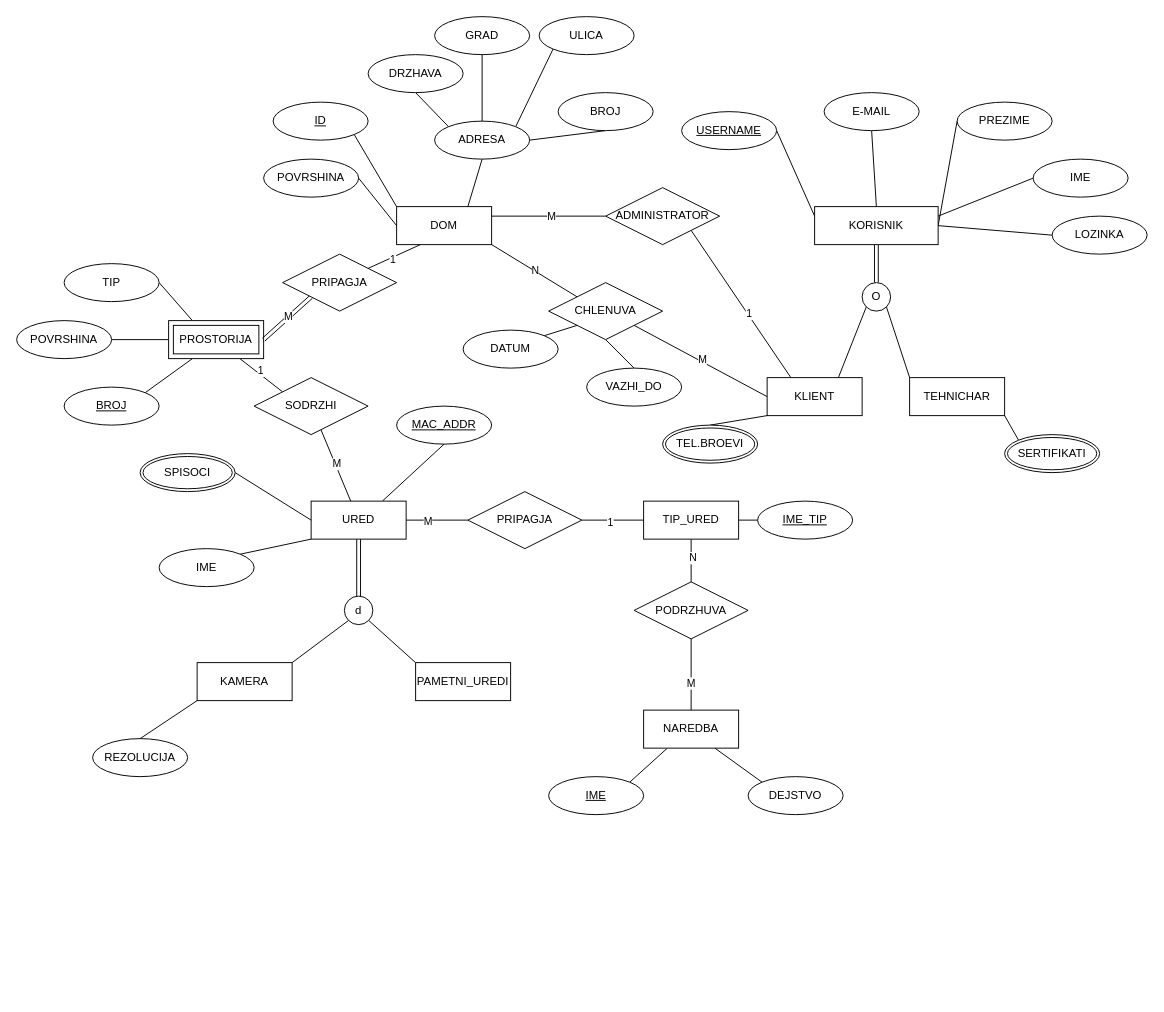
The draw.io diagram lab1.drawio in loramarku9/BAZInaPODATOCI, before the edit. Source tidied: cells renumbered, new cells numbered last; positions are measured from the earlier drawing's top-left corner, leaving out a move shared by most shapes. Both pictures are drawn from the tidied source at 95%, with x=0, y=0 at pixel (16, 16).
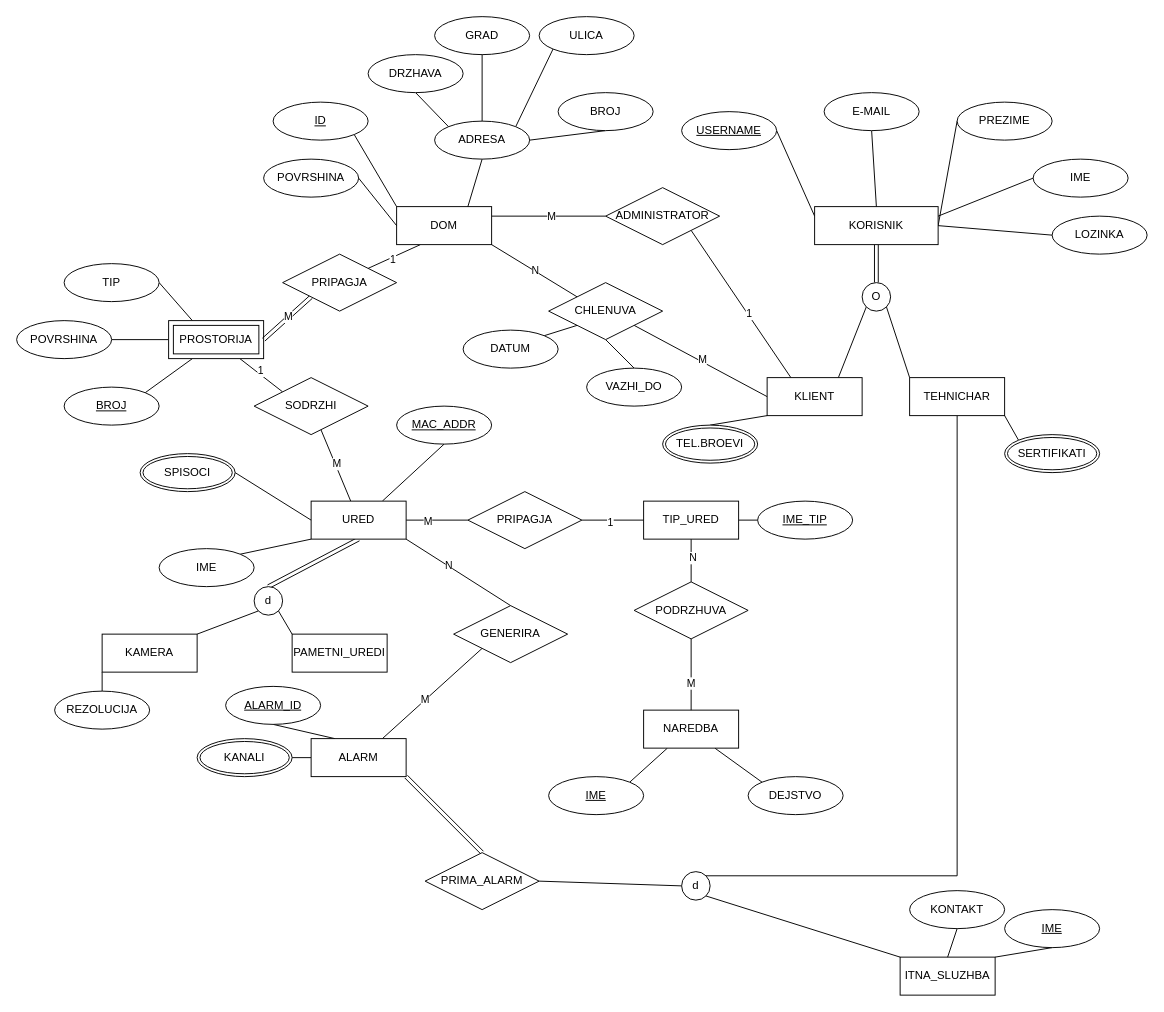
The same page after the edit.

The change refers to these unchanged cells:
```xml
<mxCell id="21" value="TEHNICHAR" style="whiteSpace=wrap;html=1;align=center;" parent="1" vertex="1">
  <mxGeometry x="940" y="380" width="100" height="40" as="geometry" />
</mxCell>
<mxCell id="72" value="URED" style="whiteSpace=wrap;html=1;align=center;" parent="1" vertex="1">
  <mxGeometry x="310" y="510" width="100" height="40" as="geometry" />
</mxCell>
```

What changed in the source:
```diff
@@
+    <mxCell id="102" style="edgeStyle=none;shape=connector;rounded=0;jettySize=auto;html=1;exitX=0.5;exitY=1;exitDx=0;exitDy=0;entryX=1;entryY=0;entryDx=0;entryDy=0;strokeColor=default;align=center;verticalAlign=middle;fontFamily=Helvetica;fontSize=11;fontColor=default;labelBackgroundColor=default;defaultLabelBackgroundColor=page;endArrow=none;endFill=0;" parent="1" edge="1" source="21" target="117">
+      <mxGeometry relative="1" as="geometry">
+        <Array as="points">
+          <mxPoint x="990" y="904.4" />
+        </Array>
+      </mxGeometry>
+    </mxCell>
@@
+    <mxCell id="103" style="edgeStyle=none;shape=connector;rounded=0;jettySize=auto;html=1;exitX=1;exitY=1;exitDx=0;exitDy=0;entryX=0.5;entryY=0;entryDx=0;entryDy=0;strokeColor=default;align=center;verticalAlign=middle;fontFamily=Helvetica;fontSize=11;fontColor=default;labelBackgroundColor=default;defaultLabelBackgroundColor=page;endArrow=none;endFill=0;" parent="1" edge="1" source="72" target="107">
+      <mxGeometry relative="1" as="geometry" />
+    </mxCell>
+    <mxCell id="104" value="N" style="edgeLabel;html=1;align=center;verticalAlign=middle;inheritText=1;defaultLabelBackgroundColor=page;" parent="103" vertex="1">
+      <mxGeometry x="-0.21" y="1" relative="1" as="geometry" />
+    </mxCell>
@@
     <mxCell id="80" value="d" style="ellipse;whiteSpace=wrap;html=1;shapeInside=1;" parent="1" vertex="1">
-      <mxGeometry x="345" y="610" width="30" height="30" as="geometry" />
+      <mxGeometry x="250" y="600" width="30" height="30" as="geometry" />
     </mxCell>
@@
     <mxCell id="83" value="KAMERA" style="whiteSpace=wrap;html=1;align=center;" parent="1" vertex="1">
-      <mxGeometry x="190" y="680" width="100" height="40" as="geometry" />
+      <mxGeometry x="90" y="650" width="100" height="40" as="geometry" />
     </mxCell>
     <mxCell id="84" value="PAMETNI_UREDI" style="whiteSpace=wrap;html=1;align=center;" parent="1" vertex="1">
-      <mxGeometry x="420" y="680" width="100" height="40" as="geometry" />
+      <mxGeometry x="290" y="650" width="100" height="40" as="geometry" />
     </mxCell>
     <mxCell id="85" value="REZOLUCIJA" style="ellipse;whiteSpace=wrap;html=1;align=center;" parent="1" vertex="1">
-      <mxGeometry x="80" y="760" width="100" height="40" as="geometry" />
+      <mxGeometry x="40" y="710" width="100" height="40" as="geometry" />
     </mxCell>
@@
+    <mxCell id="105" style="edgeStyle=none;rounded=0;jettySize=auto;html=1;exitX=0;exitY=1;exitDx=0;exitDy=0;entryX=0.75;entryY=0;entryDx=0;entryDy=0;strokeColor=default;align=center;verticalAlign=middle;fontFamily=Helvetica;fontSize=11;fontColor=default;labelBackgroundColor=default;defaultLabelBackgroundColor=page;endArrow=none;endFill=0;" parent="1" edge="1" source="107" target="111">
+      <mxGeometry relative="1" as="geometry" />
+    </mxCell>
+    <mxCell id="106" value="M" style="edgeLabel;html=1;align=center;verticalAlign=middle;inheritText=1;defaultLabelBackgroundColor=page;" parent="105" vertex="1">
+      <mxGeometry x="0.15" y="-1" relative="1" as="geometry" />
+    </mxCell>
+    <mxCell id="107" value="GENERIRA" style="shape=rhombus;perimeter=rhombusPerimeter;whiteSpace=wrap;html=1;align=center;" parent="1" vertex="1">
+      <mxGeometry x="460" y="620" width="120" height="60" as="geometry" />
+    </mxCell>
+    <mxCell id="108" style="edgeStyle=none;shape=connector;rounded=0;jettySize=auto;html=1;exitX=0;exitY=0.5;exitDx=0;exitDy=0;entryX=1;entryY=0.5;entryDx=0;entryDy=0;strokeColor=default;align=center;verticalAlign=middle;fontFamily=Helvetica;fontSize=11;fontColor=default;labelBackgroundColor=default;defaultLabelBackgroundColor=page;endArrow=none;endFill=0;" parent="1" edge="1" source="111" target="112">
+      <mxGeometry relative="1" as="geometry" />
+    </mxCell>
+    <mxCell id="109" style="edgeStyle=none;shape=connector;rounded=0;jettySize=auto;html=1;exitX=0.25;exitY=0;exitDx=0;exitDy=0;entryX=0.5;entryY=1;entryDx=0;entryDy=0;strokeColor=default;align=center;verticalAlign=middle;fontFamily=Helvetica;fontSize=11;fontColor=default;labelBackgroundColor=default;defaultLabelBackgroundColor=page;endArrow=none;endFill=0;" parent="1" edge="1" source="111" target="113">
+      <mxGeometry relative="1" as="geometry" />
+    </mxCell>
+    <mxCell id="110" style="edgeStyle=none;shape=link;rounded=0;jettySize=auto;html=1;exitX=1;exitY=1;exitDx=0;exitDy=0;entryX=0.5;entryY=0;entryDx=0;entryDy=0;strokeColor=default;align=center;verticalAlign=middle;fontFamily=Helvetica;fontSize=11;fontColor=default;labelBackgroundColor=default;defaultLabelBackgroundColor=page;endArrow=none;endFill=0;" parent="1" edge="1" source="111" target="115">
+      <mxGeometry relative="1" as="geometry" />
+    </mxCell>
+    <mxCell id="111" value="ALARM" style="whiteSpace=wrap;html=1;align=center;" parent="1" vertex="1">
+      <mxGeometry x="310" y="760" width="100" height="40" as="geometry" />
+    </mxCell>
+    <mxCell id="112" value="KANALI" style="ellipse;shape=doubleEllipse;margin=3;whiteSpace=wrap;html=1;align=center;" parent="1" vertex="1">
+      <mxGeometry x="190" y="760" width="100" height="40" as="geometry" />
+    </mxCell>
+    <mxCell id="113" value="&lt;u&gt;ALARM_ID&lt;/u&gt;" style="ellipse;whiteSpace=wrap;html=1;align=center;" parent="1" vertex="1">
+      <mxGeometry x="220" y="705" width="100" height="40" as="geometry" />
+    </mxCell>
+    <mxCell id="114" style="edgeStyle=none;shape=connector;rounded=0;jettySize=auto;html=1;exitX=1;exitY=0.5;exitDx=0;exitDy=0;entryX=0;entryY=0.5;entryDx=0;entryDy=0;strokeColor=default;align=center;verticalAlign=middle;fontFamily=Helvetica;fontSize=11;fontColor=default;labelBackgroundColor=default;defaultLabelBackgroundColor=page;endArrow=none;endFill=0;" parent="1" edge="1" source="115" target="117">
+      <mxGeometry relative="1" as="geometry" />
+    </mxCell>
+    <mxCell id="115" value="PRIMA_ALARM" style="shape=rhombus;perimeter=rhombusPerimeter;whiteSpace=wrap;html=1;align=center;" parent="1" vertex="1">
+      <mxGeometry x="430" y="880" width="120" height="60" as="geometry" />
+    </mxCell>
+    <mxCell id="116" style="edgeStyle=none;shape=connector;rounded=0;jettySize=auto;html=1;exitX=1;exitY=1;exitDx=0;exitDy=0;entryX=0;entryY=0;entryDx=0;entryDy=0;strokeColor=default;align=center;verticalAlign=middle;fontFamily=Helvetica;fontSize=11;fontColor=default;labelBackgroundColor=default;defaultLabelBackgroundColor=page;endArrow=none;endFill=0;" parent="1" edge="1" source="117" target="118">
+      <mxGeometry relative="1" as="geometry" />
+    </mxCell>
+    <mxCell id="117" value="d" style="ellipse;whiteSpace=wrap;html=1;shapeInside=1;" parent="1" vertex="1">
+      <mxGeometry x="700" y="900" width="30" height="30" as="geometry" />
+    </mxCell>
+    <mxCell id="118" value="ITNA_SLUZHBA" style="whiteSpace=wrap;html=1;align=center;" parent="1" vertex="1">
+      <mxGeometry x="930" y="990" width="100" height="40" as="geometry" />
+    </mxCell>
+    <mxCell id="119" style="edgeStyle=none;shape=connector;rounded=0;jettySize=auto;html=1;exitX=0.5;exitY=1;exitDx=0;exitDy=0;entryX=0.5;entryY=0;entryDx=0;entryDy=0;strokeColor=default;align=center;verticalAlign=middle;fontFamily=Helvetica;fontSize=11;fontColor=default;labelBackgroundColor=default;defaultLabelBackgroundColor=page;endArrow=none;endFill=0;" parent="1" edge="1" source="120" target="118">
+      <mxGeometry relative="1" as="geometry" />
+    </mxCell>
+    <mxCell id="120" value="KONTAKT" style="ellipse;whiteSpace=wrap;html=1;align=center;" parent="1" vertex="1">
+      <mxGeometry x="940" y="920" width="100" height="40" as="geometry" />
+    </mxCell>
+    <mxCell id="121" style="edgeStyle=none;shape=connector;rounded=0;jettySize=auto;html=1;exitX=0.5;exitY=1;exitDx=0;exitDy=0;entryX=1;entryY=0;entryDx=0;entryDy=0;strokeColor=default;align=center;verticalAlign=middle;fontFamily=Helvetica;fontSize=11;fontColor=default;labelBackgroundColor=default;defaultLabelBackgroundColor=page;endArrow=none;endFill=0;" parent="1" edge="1" source="122" target="118">
+      <mxGeometry relative="1" as="geometry" />
+    </mxCell>
+    <mxCell id="122" value="&lt;u&gt;IME&lt;/u&gt;" style="ellipse;whiteSpace=wrap;html=1;align=center;" parent="1" vertex="1">
+      <mxGeometry x="1040" y="940" width="100" height="40" as="geometry" />
+    </mxCell>
```
